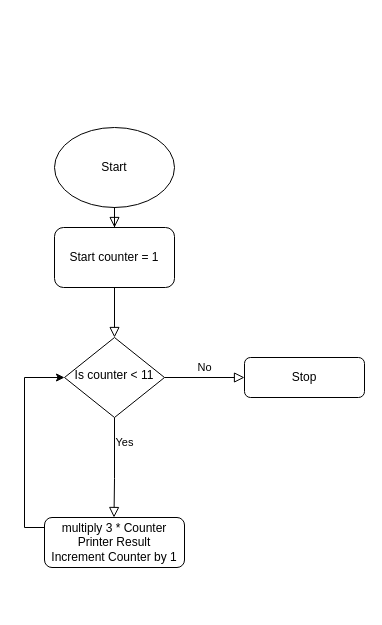
This is Multiplication of table.drawio from Chatterjeeusa/python1mod0, a draw.io file, before an edit. Source tidied: cells renumbered, new cells numbered last; positions are measured from the earlier drawing's top-left corner, leaving out a move shared by most shapes. Both pictures are drawn from the tidied source at 100%, with x=0, y=0 at pixel (24, 127).
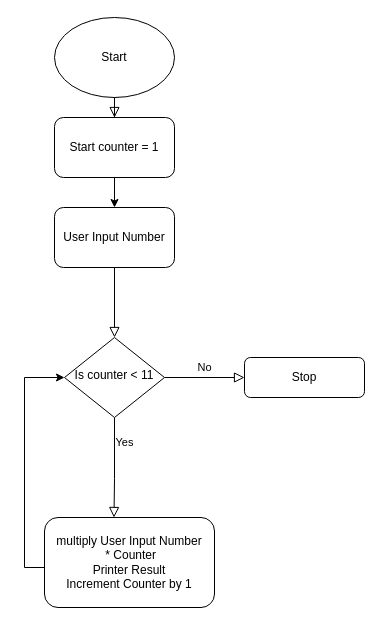
The same diagram, later.

The edit, as a diff of the source:
```diff
@@
 <mxGraphModel>
   <root>
     <mxCell id="0" />
     <mxCell id="1" parent="0" />
-    <mxCell id="2" style="rounded=0;html=1;jettySize=auto;fontSize=11;endArrow=block;endFill=0;endSize=8;strokeWidth=1;shadow=0;labelBackgroundColor=none;edgeStyle=orthogonalEdgeStyle;" parent="1" edge="1" source="12" target="5">
+    <mxCell id="2" style="rounded=0;html=1;jettySize=auto;fontSize=11;endArrow=block;endFill=0;endSize=8;strokeWidth=1;shadow=0;labelBackgroundColor=none;edgeStyle=orthogonalEdgeStyle;exitX=0.5;exitY=1;exitDx=0;exitDy=0;" parent="1" edge="1" source="14" target="5">
       <mxGeometry relative="1" as="geometry" />
     </mxCell>
     <mxCell id="3" value="Yes" style="rounded=0;html=1;jettySize=auto;fontSize=11;endArrow=block;endFill=0;endSize=8;strokeWidth=1;shadow=0;labelBackgroundColor=none;edgeStyle=orthogonalEdgeStyle;exitX=0.5;exitY=1;exitDx=0;exitDy=0;" parent="1" edge="1" source="5">
       <mxGeometry x="-0.51" y="10" relative="1" as="geometry">
         <mxPoint x="89.5" y="390" as="targetPoint" />
         <Array as="points">
           <mxPoint x="90" y="351" />
         </Array>
       </mxGeometry>
     </mxCell>
     <mxCell id="4" value="No" style="edgeStyle=orthogonalEdgeStyle;rounded=0;html=1;jettySize=auto;fontSize=11;endArrow=block;endFill=0;endSize=8;strokeWidth=1;shadow=0;labelBackgroundColor=none;" parent="1" edge="1" source="5" target="6">
       <mxGeometry y="10" relative="1" as="geometry" />
     </mxCell>
     <mxCell id="5" value="Is counter &amp;lt; 11" style="rhombus;whiteSpace=wrap;html=1;shadow=0;fontFamily=Helvetica;fontSize=12;align=center;strokeWidth=1;spacing=6;spacingTop=-4;" parent="1" vertex="1">
       <mxGeometry x="40" y="210" width="100" height="80" as="geometry" />
     </mxCell>
     <mxCell id="6" value="Stop" style="rounded=1;whiteSpace=wrap;html=1;fontSize=12;glass=0;strokeWidth=1;shadow=0;" parent="1" vertex="1">
       <mxGeometry x="220" y="230" width="120" height="40" as="geometry" />
     </mxCell>
     <mxCell id="7" style="edgeStyle=orthogonalEdgeStyle;rounded=0;jettySize=auto;html=1;entryX=0;entryY=0.5;entryDx=0;entryDy=0;" parent="1" edge="1" source="8" target="5">
       <mxGeometry relative="1" as="geometry">
         <Array as="points">
-          <mxPoint y="400" />
+          <mxPoint y="440" />
           <mxPoint y="250" />
         </Array>
       </mxGeometry>
     </mxCell>
-    <mxCell id="8" value="multiply 3 * Counter&lt;br&gt;Printer Result&lt;br&gt;Increment Counter by 1" style="rounded=1;whiteSpace=wrap;html=1;fontSize=12;glass=0;strokeWidth=1;shadow=0;" parent="1" vertex="1">
-      <mxGeometry x="20" y="390" width="140" height="50" as="geometry" />
+    <mxCell id="8" value="multiply User Input Number&lt;br&gt;&amp;nbsp;* Counter&lt;br&gt;Printer Result&lt;br&gt;Increment Counter by 1" style="rounded=1;whiteSpace=wrap;html=1;fontSize=12;glass=0;strokeWidth=1;shadow=0;" parent="1" vertex="1">
+      <mxGeometry x="20" y="390" width="170" height="90" as="geometry" />
     </mxCell>
     <mxCell id="9" style="rounded=0;html=1;jettySize=auto;fontSize=11;endArrow=block;endFill=0;endSize=8;strokeWidth=1;shadow=0;labelBackgroundColor=none;edgeStyle=orthogonalEdgeStyle;" parent="1" edge="1" target="10">
       <mxGeometry relative="1" as="geometry">
-        <mxPoint x="90" y="70" as="sourcePoint" />
+        <mxPoint x="90" y="-40" as="sourcePoint" />
       </mxGeometry>
     </mxCell>
     <mxCell id="10" value="Start" style="ellipse;whiteSpace=wrap;html=1;" parent="1" vertex="1">
-      <mxGeometry x="30" width="120" height="80" as="geometry" />
+      <mxGeometry x="30" y="-110" width="120" height="80" as="geometry" />
     </mxCell>
     <mxCell id="11" style="rounded=0;html=1;jettySize=auto;fontSize=11;endArrow=block;endFill=0;endSize=8;strokeWidth=1;shadow=0;labelBackgroundColor=none;edgeStyle=orthogonalEdgeStyle;" parent="1" edge="1" source="10" target="12">
       <mxGeometry relative="1" as="geometry" />
     </mxCell>
+    <mxCell id="13" style="edgeStyle=orthogonalEdgeStyle;rounded=0;jettySize=auto;html=1;exitX=0.5;exitY=1;exitDx=0;exitDy=0;entryX=0.5;entryY=0;entryDx=0;entryDy=0;" parent="1" edge="1" source="12" target="14">
+      <mxGeometry relative="1" as="geometry" />
+    </mxCell>
     <mxCell id="12" value="Start counter = 1" style="rounded=1;whiteSpace=wrap;html=1;" parent="1" vertex="1">
-      <mxGeometry x="30" y="100" width="120" height="60" as="geometry" />
+      <mxGeometry x="30" y="-10" width="120" height="60" as="geometry" />
     </mxCell>
+    <mxCell id="14" value="User Input Number" style="rounded=1;whiteSpace=wrap;html=1;" parent="1" vertex="1">
+      <mxGeometry x="30" y="80" width="120" height="60" as="geometry" />
+    </mxCell>
   </root>
 </mxGraphModel>
```
